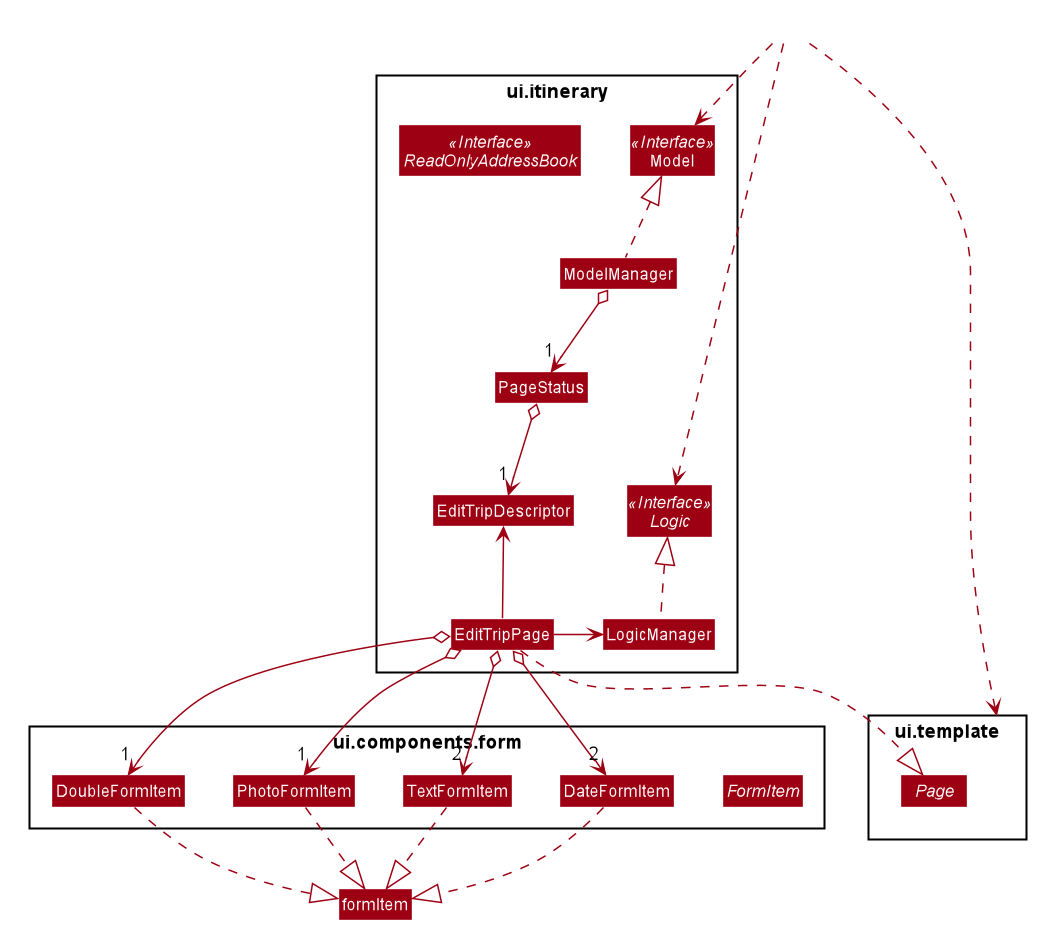
Above: docs/images/EditTripPageClassDiagram.png in nus-cs2103-AY1920S1/addressbook-level3 (PlantUML), before the change. Source of this version:
```plantuml
@startuml








skinparam BackgroundColor #FFFFFFF

skinparam Shadowing false

skinparam Class {
    FontColor #FFFFFF
    BorderThickness 1
    BorderColor #FFFFFF
    StereotypeFontColor #FFFFFF
    FontName Arial
}

skinparam Actor {
    BorderColor #000000
    Color #000000
    FontName Arial
}

skinparam Sequence {
    MessageAlign center
    BoxFontSize 15
    BoxPadding 0
    BoxFontColor #FFFFFF
    FontName Arial
}

skinparam Participant {
    FontColor #FFFFFFF
    Padding 20
}

skinparam MinClassWidth 50
skinparam ParticipantPadding 10
skinparam Shadowing false
skinparam DefaultTextAlignment center
skinparam packageStyle Rectangle

hide footbox
hide members
hide circle
skinparam arrowThickness 1.1
skinparam arrowColor #9D0012
skinparam classBackgroundColor #9D0012

Package ui.itinerary <<Rectangle>>{
Interface ReadOnlyAddressBook <<Interface>>
Interface Model <<Interface>>
Interface Logic <<Interface>>
Class EditTripPage

Class Model
Class ModelManager
Class LogicManager
Class PageStatus
Class EditTripDescriptor

}

Package ui.components.form {
abstract FormItem
Class DateFormItem
Class TextFormItem
Class PhotoFormItem
Class DoubleFormItem
}

Package ui.template {
abstract Page
}

Class HiddenOutside #FFFFFF
HiddenOutside ..> Model

Class HiddenOutside #FFFFFF
HiddenOutside ..> Logic

Class HiddenOutside #FFFFFF
HiddenOutside ..> ui.template

ModelManager .up.|> Model
ModelManager o--> "1" PageStatus
PageStatus o--> "1" EditTripDescriptor


LogicManager .up.|> Logic

EditTripPage -up-> EditTripDescriptor

EditTripPage ..|> Page

EditTripPage -right-> LogicManager

EditTripPage o-down-> "2" DateFormItem
EditTripPage o-down-> "2" TextFormItem
EditTripPage o-down-> "1" PhotoFormItem
EditTripPage o-down-> "1" DoubleFormItem

DateFormItem ..|> formItem
TextFormItem ..|> formItem
PhotoFormItem ..|> formItem
DoubleFormItem ..|> formItem


@enduml
```
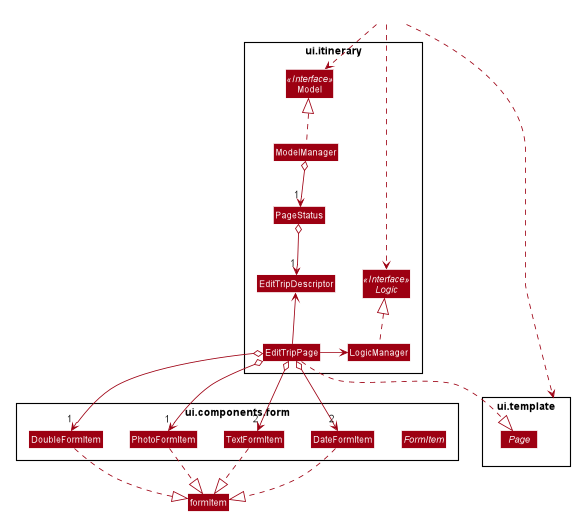
The same diagram one commit later.

What changed in the source:
```diff
@@ -52,7 +52,6 @@
 skinparam classBackgroundColor #9D0012
 
 Package ui.itinerary <<Rectangle>>{
-Interface ReadOnlyAddressBook <<Interface>>
 Interface Model <<Interface>>
 Interface Logic <<Interface>>
 Class EditTripPage
```
